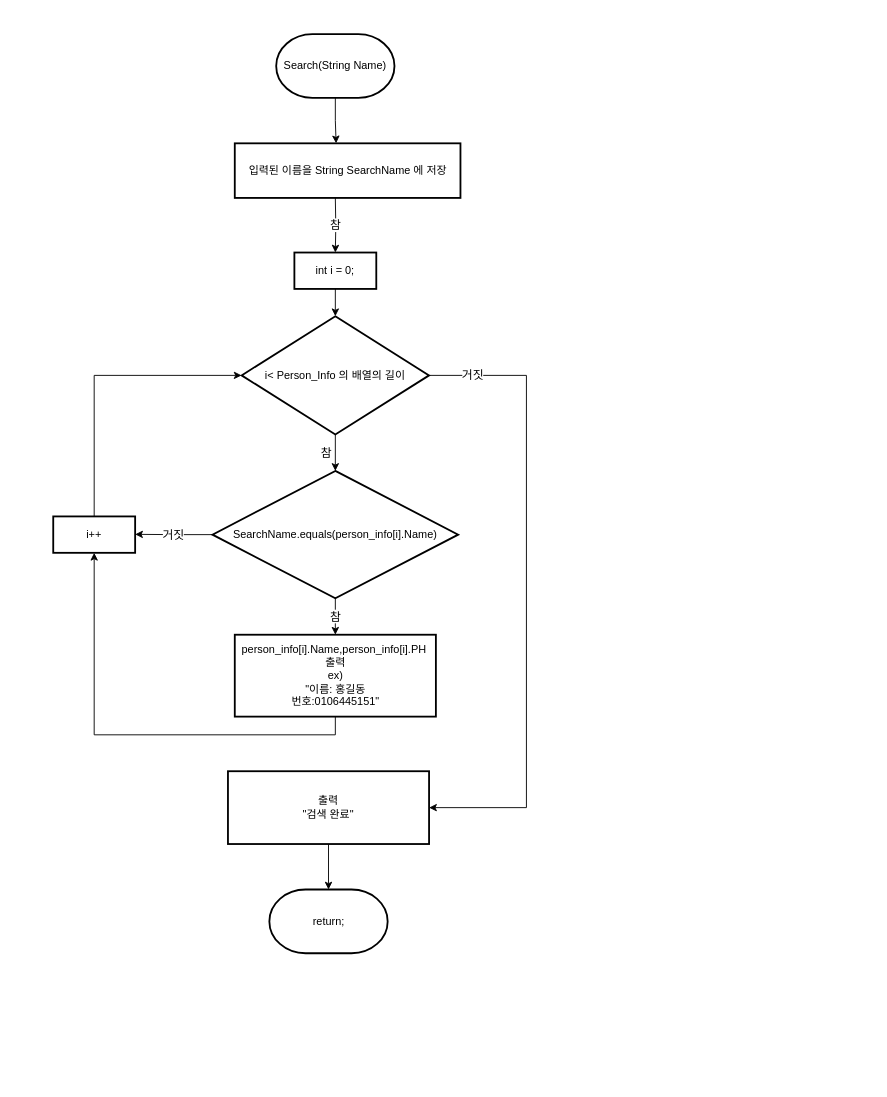
This is 순서도/Search 기능.drawio from skatld123/PH_list_java, a draw.io file, before an edit. Source tidied: cells renumbered, new cells numbered last; positions are measured from the earlier drawing's top-left corner, leaving out a move shared by most shapes. Both pictures are drawn from the tidied source at 91%, with x=0, y=0 at pixel (53, 34).
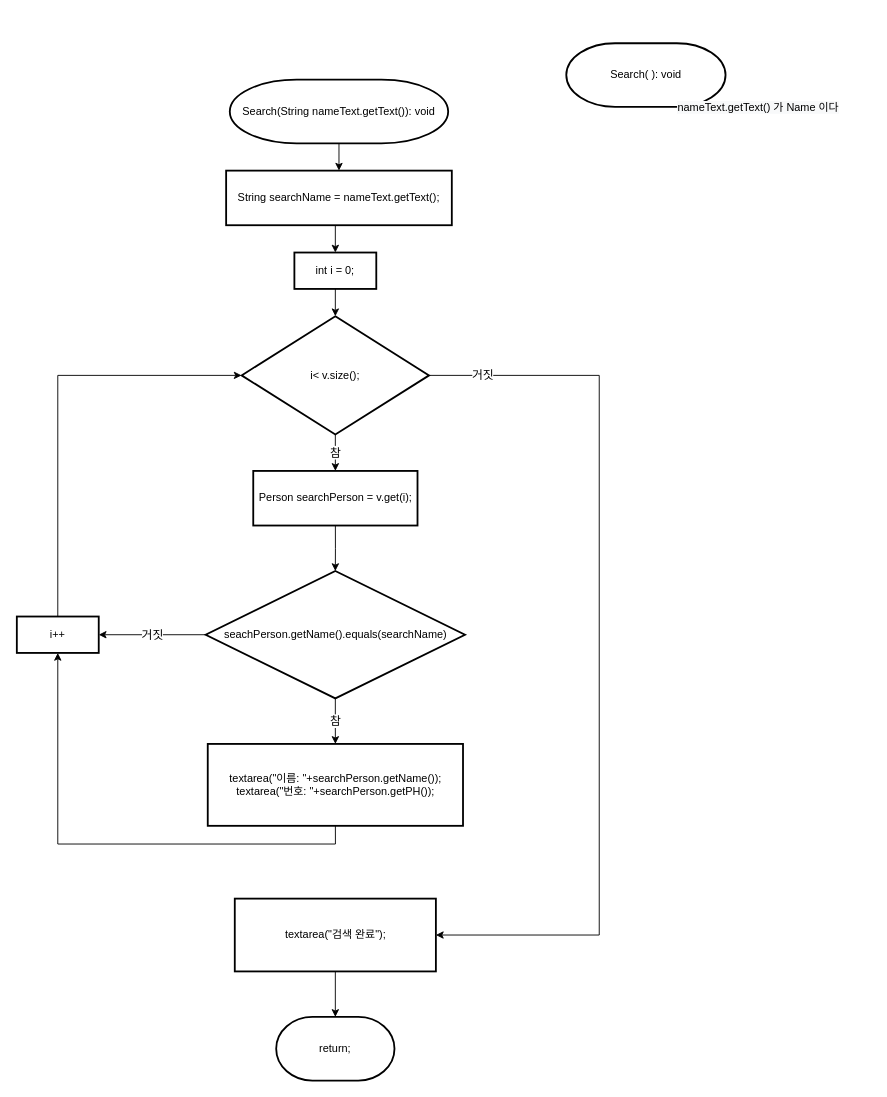
The same page after the edit.

Commit message:
Search 기능.drawio 업데이트

Unchanged cells that the change refers to:
```xml
<mxCell id="16" value="int i = 0;" style="rounded=1;whiteSpace=wrap;html=1;absoluteArcSize=1;arcSize=0;strokeWidth=2;" parent="1" vertex="1">
  <mxGeometry x="265" y="240" width="90" height="40" as="geometry" />
</mxCell>
```

Change to the diagram source:
```diff
@@
-    <mxCell id="3" value="person_info[i].Name,person_info[i].PH&amp;nbsp; 출력&lt;br&gt;ex) &lt;br&gt;&quot;이름: 홍길동&lt;br&gt;번호:0106445151&quot;" style="rounded=1;whiteSpace=wrap;html=1;absoluteArcSize=1;arcSize=0;strokeWidth=2;" parent="1" vertex="1">
-      <mxGeometry x="199.5" y="660" width="221" height="90" as="geometry" />
+    <mxCell id="3" value="textarea(&quot;이름: &quot;+searchPerson.getName());&lt;br&gt;textarea(&quot;번호: &quot;+searchPerson.getPH());" style="rounded=1;whiteSpace=wrap;html=1;absoluteArcSize=1;arcSize=0;strokeWidth=2;" parent="1" vertex="1">
+      <mxGeometry x="169.8" y="780" width="280.5" height="90" as="geometry" />
     </mxCell>
@@
-    <mxCell id="5" value="거짓" style="edgeStyle=orthogonalEdgeStyle;rounded=0;jettySize=auto;html=1;exitX=0;exitY=0.5;exitDx=0;exitDy=0;exitPerimeter=0;fontSize=13;" parent="1" edge="1" source="6">
-      <mxGeometry relative="1" as="geometry">
-        <mxPoint x="90" y="549.7" as="targetPoint" />
-      </mxGeometry>
-    </mxCell>
+    <mxCell id="21" value="거짓" style="edgeStyle=orthogonalEdgeStyle;rounded=0;jettySize=auto;html=1;entryX=1;entryY=0.5;entryDx=0;entryDy=0;fontSize=13;" parent="1" edge="1" source="6" target="18">
+      <mxGeometry relative="1" as="geometry" />
+    </mxCell>
-    <mxCell id="6" value="SearchName.equals(person_info[i].Name)" style="strokeWidth=2;html=1;shape=mxgraph.flowchart.decision;whiteSpace=wrap;" parent="1" vertex="1">
-      <mxGeometry x="175" y="480" width="270" height="140" as="geometry" />
+    <mxCell id="6" value="seachPerson.getName().equals(searchName)" style="strokeWidth=2;html=1;shape=mxgraph.flowchart.decision;whiteSpace=wrap;" parent="1" vertex="1">
+      <mxGeometry x="167.5" y="590" width="285" height="140" as="geometry" />
     </mxCell>
-    <mxCell id="7" style="edgeStyle=orthogonalEdgeStyle;rounded=0;jettySize=auto;html=1;exitX=0.5;exitY=1;exitDx=0;exitDy=0;exitPerimeter=0;entryX=0.449;entryY=0;entryDx=0;entryDy=0;entryPerimeter=0;fontSize=13;" parent="1" edge="1" source="8" target="20">
-      <mxGeometry relative="1" as="geometry" />
-    </mxCell>
-    <mxCell id="8" value="&lt;span style=&quot;text-align: left&quot;&gt;Search(String Name)&lt;/span&gt;" style="strokeWidth=2;html=1;shape=mxgraph.flowchart.terminator;whiteSpace=wrap;" parent="1" vertex="1">
-      <mxGeometry x="245" width="130" height="70" as="geometry" />
+    <mxCell id="8" value="&lt;span style=&quot;text-align: left&quot;&gt;Search( ): void&lt;/span&gt;" style="strokeWidth=2;html=1;shape=mxgraph.flowchart.terminator;whiteSpace=wrap;" parent="1" vertex="1">
+      <mxGeometry x="563.8" y="10" width="175" height="70" as="geometry" />
     </mxCell>
     <mxCell id="9" value="return;" style="strokeWidth=2;html=1;shape=mxgraph.flowchart.terminator;whiteSpace=wrap;" parent="1" vertex="1">
-      <mxGeometry x="237.5" y="940" width="130" height="70" as="geometry" />
+      <mxGeometry x="245" y="1080" width="130" height="70" as="geometry" />
     </mxCell>
@@
-    <mxCell id="11" value="출력&lt;br&gt;&quot;검색 완료&quot;" style="rounded=1;whiteSpace=wrap;html=1;absoluteArcSize=1;arcSize=0;strokeWidth=2;" parent="1" vertex="1">
-      <mxGeometry x="192" y="810" width="221" height="80" as="geometry" />
+    <mxCell id="11" value="&lt;span&gt;textarea(&quot;검색 완료&quot;);&lt;/span&gt;" style="rounded=1;whiteSpace=wrap;html=1;absoluteArcSize=1;arcSize=0;strokeWidth=2;" parent="1" vertex="1">
+      <mxGeometry x="199.5" y="950" width="221" height="80" as="geometry" />
     </mxCell>
-    <mxCell id="12" value="참" style="edgeStyle=orthogonalEdgeStyle;rounded=0;jettySize=auto;html=1;exitX=0.5;exitY=1;exitDx=0;exitDy=0;exitPerimeter=0;entryX=0.5;entryY=0;entryDx=0;entryDy=0;entryPerimeter=0;fontSize=13;" parent="1" edge="1" source="14" target="6">
-      <mxGeometry y="-10" relative="1" as="geometry" />
-    </mxCell>
-    <mxCell id="13" value="거짓" style="edgeStyle=orthogonalEdgeStyle;rounded=0;jettySize=auto;html=1;exitX=1;exitY=0.5;exitDx=0;exitDy=0;exitPerimeter=0;fontSize=13;entryX=1;entryY=0.5;entryDx=0;entryDy=0;" parent="1" edge="1" source="14" target="11">
-      <mxGeometry x="-0.86" relative="1" as="geometry">
+    <mxCell id="13" value="거짓" style="edgeStyle=orthogonalEdgeStyle;rounded=0;jettySize=auto;html=1;exitX=1;exitY=0.5;exitDx=0;exitDy=0;exitPerimeter=0;entryX=1;entryY=0.5;entryDx=0;entryDy=0;fontSize=13;" parent="1" edge="1" source="14" target="11">
+      <mxGeometry x="-0.88" relative="1" as="geometry">
         <Array as="points">
-          <mxPoint x="520" y="375" />
-          <mxPoint x="520" y="850" />
+          <mxPoint x="600" y="375" />
+          <mxPoint x="600" y="990" />
         </Array>
       </mxGeometry>
     </mxCell>
+    <mxCell id="19" value="참" style="edgeStyle=orthogonalEdgeStyle;rounded=0;jettySize=auto;html=1;exitX=0.5;exitY=1;exitDx=0;exitDy=0;exitPerimeter=0;entryX=0.5;entryY=0;entryDx=0;entryDy=0;fontSize=13;" parent="1" edge="1" source="14" target="25">
+      <mxGeometry relative="1" as="geometry" />
+    </mxCell>
-    <mxCell id="14" value="i&amp;lt; Person_Info 의 배열의 길이" style="strokeWidth=2;html=1;shape=mxgraph.flowchart.decision;whiteSpace=wrap;" parent="1" vertex="1">
+    <mxCell id="14" value="i&amp;lt; v.size();" style="strokeWidth=2;html=1;shape=mxgraph.flowchart.decision;whiteSpace=wrap;" parent="1" vertex="1">
       <mxGeometry x="207" y="310" width="206" height="130" as="geometry" />
     </mxCell>
@@
     <mxCell id="17" style="edgeStyle=orthogonalEdgeStyle;rounded=0;jettySize=auto;html=1;entryX=0;entryY=0.5;entryDx=0;entryDy=0;entryPerimeter=0;fontSize=13;" parent="1" edge="1" source="18" target="14">
       <mxGeometry relative="1" as="geometry">
         <Array as="points">
-          <mxPoint x="45" y="375" />
+          <mxPoint x="5" y="375" />
         </Array>
       </mxGeometry>
     </mxCell>
     <mxCell id="18" value="i++" style="rounded=1;whiteSpace=wrap;html=1;absoluteArcSize=1;arcSize=0;strokeWidth=2;" parent="1" vertex="1">
-      <mxGeometry y="530" width="90" height="40" as="geometry" />
+      <mxGeometry x="-40" y="640" width="90" height="40" as="geometry" />
     </mxCell>
-    <mxCell id="19" value="참" style="edgeStyle=orthogonalEdgeStyle;rounded=0;jettySize=auto;html=1;exitX=0.5;exitY=1;exitDx=0;exitDy=0;exitPerimeter=0;entryX=0.5;entryY=0;entryDx=0;entryDy=0;fontSize=13;" parent="1" edge="1" target="16">
-      <mxGeometry relative="1" as="geometry">
-        <mxPoint x="310" y="180" as="sourcePoint" />
-      </mxGeometry>
-    </mxCell>
+    <mxCell id="22" style="edgeStyle=orthogonalEdgeStyle;rounded=0;jettySize=auto;html=1;exitX=0.5;exitY=1;exitDx=0;exitDy=0;entryX=0.5;entryY=0;entryDx=0;entryDy=0;fontSize=13;" parent="1" edge="1" source="20" target="16">
+      <mxGeometry relative="1" as="geometry" />
+    </mxCell>
-    <mxCell id="20" value="입력된 이름을 String SearchName 에 저장" style="rounded=1;whiteSpace=wrap;html=1;absoluteArcSize=1;arcSize=0;strokeWidth=2;" parent="1" vertex="1">
-      <mxGeometry x="199.5" y="120" width="248" height="60" as="geometry" />
+    <mxCell id="20" value="String searchName = nameText.getText();" style="rounded=1;whiteSpace=wrap;html=1;absoluteArcSize=1;arcSize=0;strokeWidth=2;" parent="1" vertex="1">
+      <mxGeometry x="190" y="150" width="248" height="60" as="geometry" />
     </mxCell>
+    <mxCell id="23" value="&lt;br&gt;&lt;br&gt;&lt;span style=&quot;color: rgb(0 , 0 , 0) ; font-family: &amp;#34;helvetica&amp;#34; ; font-size: 12px ; font-style: normal ; font-weight: 400 ; letter-spacing: normal ; text-align: center ; text-indent: 0px ; text-transform: none ; word-spacing: 0px ; background-color: rgb(248 , 249 , 250) ; display: inline ; float: none&quot;&gt;nameText.getText() 가 Name 이다&lt;/span&gt;" style="text;html=1;strokeColor=none;fillColor=none;align=center;verticalAlign=middle;whiteSpace=wrap;rounded=0;fontSize=13;" parent="1" vertex="1">
+      <mxGeometry x="650" y="-20" width="250" height="170" as="geometry" />
+    </mxCell>
+    <mxCell id="24" style="edgeStyle=orthogonalEdgeStyle;rounded=0;jettySize=auto;html=1;exitX=0.5;exitY=1;exitDx=0;exitDy=0;entryX=0.5;entryY=0;entryDx=0;entryDy=0;entryPerimeter=0;fontSize=13;" parent="1" edge="1" source="25" target="6">
+      <mxGeometry relative="1" as="geometry" />
+    </mxCell>
+    <mxCell id="25" value="Person searchPerson = v.get(i);" style="rounded=1;whiteSpace=wrap;html=1;absoluteArcSize=1;arcSize=0;strokeWidth=2;" parent="1" vertex="1">
+      <mxGeometry x="219.8" y="480" width="180.5" height="60" as="geometry" />
+    </mxCell>
+    <mxCell id="26" style="edgeStyle=orthogonalEdgeStyle;rounded=0;jettySize=auto;html=1;exitX=0.5;exitY=1;exitDx=0;exitDy=0;exitPerimeter=0;entryX=0.5;entryY=0;entryDx=0;entryDy=0;fontSize=13;" parent="1" edge="1" source="27" target="20">
+      <mxGeometry relative="1" as="geometry" />
+    </mxCell>
+    <mxCell id="27" value="&lt;span style=&quot;text-align: left&quot;&gt;Search(String&amp;nbsp;&lt;/span&gt;nameText.getText()&lt;span style=&quot;text-align: left&quot;&gt;): void&lt;/span&gt;" style="strokeWidth=2;html=1;shape=mxgraph.flowchart.terminator;whiteSpace=wrap;" parent="1" vertex="1">
+      <mxGeometry x="194" y="50" width="240" height="70" as="geometry" />
+    </mxCell>
```
